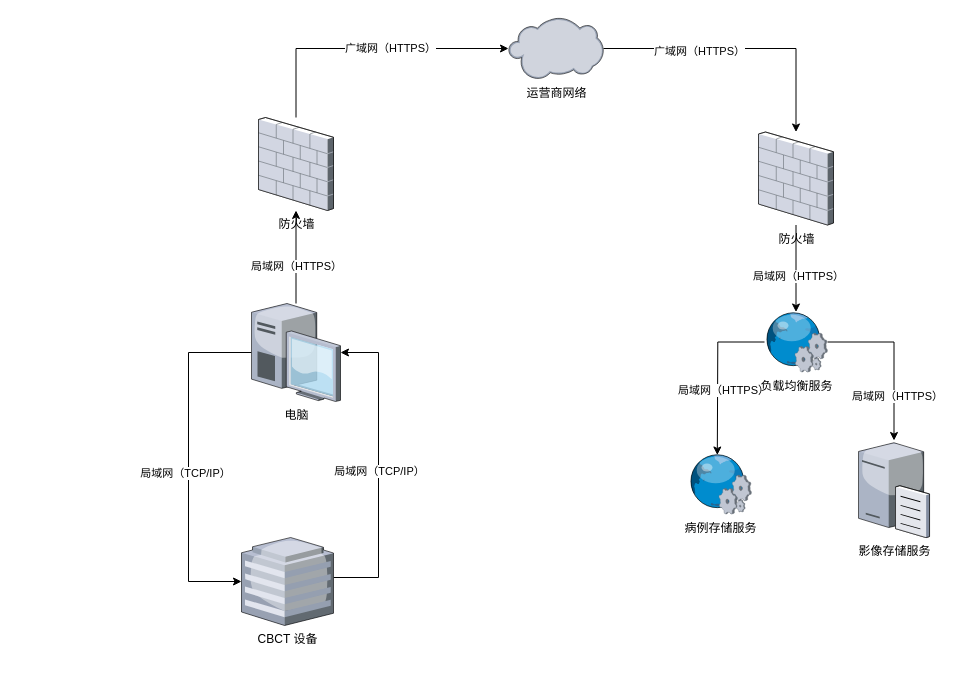
Earlier version of the draw.io diagram 未命名绘图.drawio (lzyim/yaf). Source tidied: cells renumbered, new cells numbered last; positions are measured from the earlier drawing's top-left corner, leaving out a move shared by most shapes. Both pictures are drawn from the tidied source at 100%, with x=0, y=0 at pixel (188, 17).
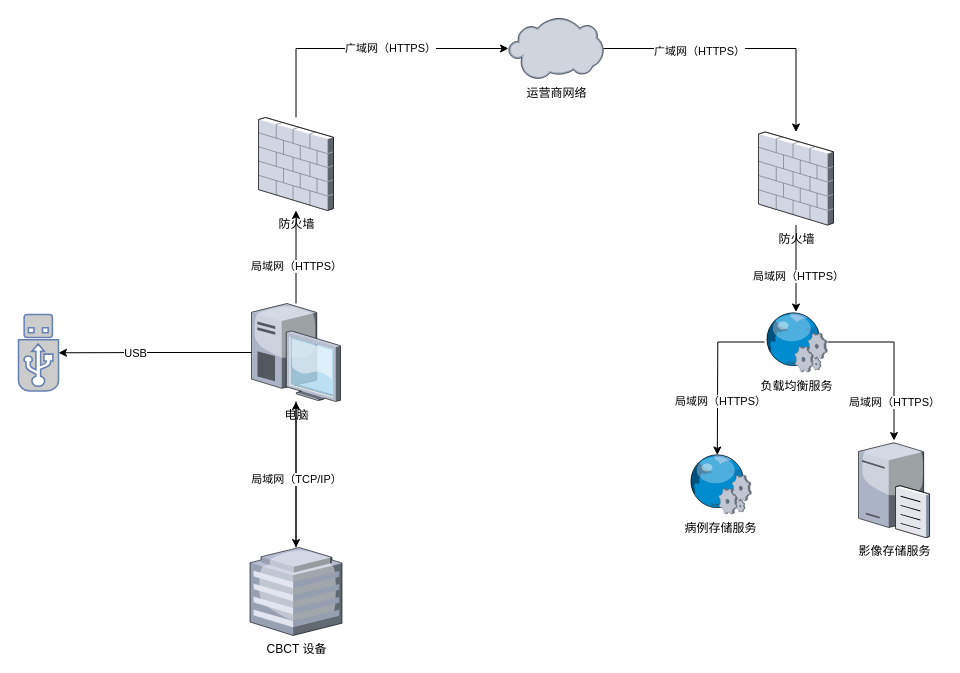
The same diagram, later.

Commit message:
更新未命名绘图.drawio

Unchanged cells that the change refers to:
```xml
<mxCell id="9" value="电脑" style="verticalLabelPosition=bottom;sketch=0;html=1;verticalAlign=top;strokeColor=none;align=center;outlineConnect=0;shape=mxgraph.citrix.desktop;" parent="1" vertex="1">
  <mxGeometry x="63" y="286" width="89" height="98" as="geometry" />
</mxCell>
<mxCell id="14" style="edgeStyle=orthogonalEdgeStyle;rounded=0;jettySize=auto;html=1;" parent="1" edge="1" source="18">
  <mxGeometry relative="1" as="geometry">
    <mxPoint x="528.8" y="437.5" as="targetPoint" />
  </mxGeometry>
</mxCell>
<mxCell id="16" style="edgeStyle=orthogonalEdgeStyle;rounded=0;jettySize=auto;html=1;" parent="1" edge="1" source="18" target="13">
  <mxGeometry relative="1" as="geometry" />
</mxCell>
```

Diff of the diagram source:
```diff
@@
+    <mxCell id="26" style="edgeStyle=orthogonalEdgeStyle;rounded=0;jettySize=auto;html=1;" parent="1" edge="1" source="9" target="29">
+      <mxGeometry relative="1" as="geometry" />
+    </mxCell>
+    <mxCell id="27" value="USB" style="edgeLabel;html=1;align=center;verticalAlign=middle;" parent="26" vertex="1">
+      <mxGeometry x="0.21" relative="1" as="geometry" />
+    </mxCell>
     <mxCell id="7" style="edgeStyle=orthogonalEdgeStyle;rounded=0;jettySize=auto;html=1;" parent="1" edge="1" source="9" target="21">
-      <mxGeometry relative="1" as="geometry">
-        <Array as="points">
-          <mxPoint y="335" />
-          <mxPoint y="564" />
-        </Array>
-      </mxGeometry>
+      <mxGeometry relative="1" as="geometry" />
     </mxCell>
-    <mxCell id="8" value="局域网（TCP/IP）" style="edgeLabel;html=1;align=center;verticalAlign=middle;" parent="7" vertex="1">
-      <mxGeometry x="0.06" y="-4" relative="1" as="geometry" />
-    </mxCell>
@@
     <mxCell id="15" value="局域网（HTTPS）" style="edgeLabel;html=1;align=center;verticalAlign=middle;" parent="14" vertex="1">
-      <mxGeometry x="0.19" y="5" relative="1" as="geometry" />
+      <mxGeometry x="0.19" y="5" relative="1" as="geometry">
+        <mxPoint x="-3" y="11" as="offset" />
+      </mxGeometry>
     </mxCell>
@@
     <mxCell id="17" value="局域网（HTTPS）" style="edgeLabel;html=1;align=center;verticalAlign=middle;" parent="16" vertex="1">
-      <mxGeometry x="0.45" y="3" relative="1" as="geometry" />
+      <mxGeometry x="0.45" y="3" relative="1" as="geometry">
+        <mxPoint x="-3" y="6" as="offset" />
+      </mxGeometry>
     </mxCell>
@@
     <mxCell id="19" style="edgeStyle=orthogonalEdgeStyle;rounded=0;jettySize=auto;html=1;" parent="1" edge="1" source="21" target="9">
-      <mxGeometry relative="1" as="geometry">
-        <Array as="points">
-          <mxPoint x="190" y="560" />
-          <mxPoint x="190" y="335" />
-        </Array>
-      </mxGeometry>
+      <mxGeometry relative="1" as="geometry" />
     </mxCell>
-    <mxCell id="20" value="局域网（TCP/IP）" style="edgeLabel;html=1;align=center;verticalAlign=middle;" parent="19" vertex="1">
-      <mxGeometry x="-0.01" relative="1" as="geometry" />
-    </mxCell>
+    <mxCell id="28" value="局域网（TCP/IP）" style="edgeLabel;html=1;align=center;verticalAlign=middle;" parent="19" vertex="1">
+      <mxGeometry x="-0.06" relative="1" as="geometry" />
+    </mxCell>
     <mxCell id="21" value="CBCT 设备" style="verticalLabelPosition=bottom;sketch=0;html=1;verticalAlign=top;strokeColor=none;align=center;outlineConnect=0;shape=mxgraph.citrix.hq_enterprise;" parent="1" vertex="1">
-      <mxGeometry x="53" y="520" width="92" height="88" as="geometry" />
+      <mxGeometry x="61.5" y="530" width="92" height="88" as="geometry" />
     </mxCell>
@@
+    <mxCell id="29" style="fontColor=#0066CC;verticalAlign=top;verticalLabelPosition=bottom;labelPosition=center;align=center;html=1;outlineConnect=0;fillColor=#CCCCCC;strokeColor=#6881B3;gradientColor=none;gradientDirection=north;strokeWidth=2;shape=mxgraph.networks.usb_stick;" parent="1" vertex="1">
+      <mxGeometry x="-170" y="297" width="40" height="76.5" as="geometry" />
+    </mxCell>
```
